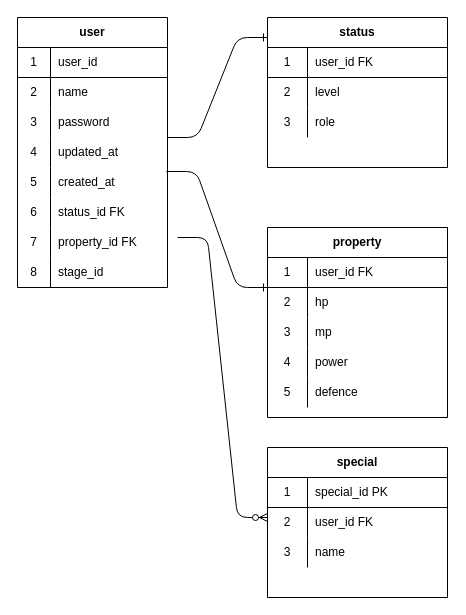
Above: prpg.drawio in JY8752/RPP (draw.io), before the change. Source tidied: cells renumbered, new cells numbered last; positions are measured from the earlier drawing's top-left corner, leaving out a move shared by most shapes. Both pictures are drawn from the tidied source at 100%, with x=0, y=0 at pixel (17, 17).
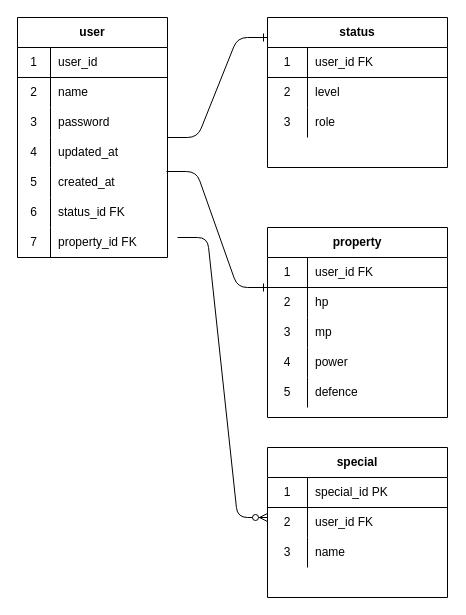
After the change.

What changed in the source:
```diff
@@
     <mxCell id="2" value="user" style="shape=table;html=1;whiteSpace=wrap;startSize=30;childLayout=tableLayout;rowLines=0;fontStyle=1;align=center;" parent="1" vertex="1">
-      <mxGeometry width="150" height="270" as="geometry" />
+      <mxGeometry width="150" height="240" as="geometry" />
     </mxCell>
@@
-    <mxCell id="24" style="shape=partialRectangle;html=1;whiteSpace=wrap;fillColor=none;top=0;left=0;bottom=0;right=0;" parent="2" vertex="1">
-      <mxGeometry y="240" width="150" height="30" as="geometry" />
-    </mxCell>
-    <mxCell id="25" value="8" style="shape=partialRectangle;html=1;whiteSpace=wrap;fillColor=none;top=0;left=0;bottom=0;right=0;overflow=hidden;" parent="24" vertex="1">
-      <mxGeometry width="33" height="30" as="geometry" />
-    </mxCell>
-    <mxCell id="26" value="stage_id&amp;nbsp;" style="shape=partialRectangle;html=1;whiteSpace=wrap;fillColor=none;top=0;left=0;bottom=0;right=0;align=left;spacingLeft=6;overflow=hidden;" parent="24" vertex="1">
-      <mxGeometry x="33" width="117" height="30" as="geometry" />
-    </mxCell>
```
